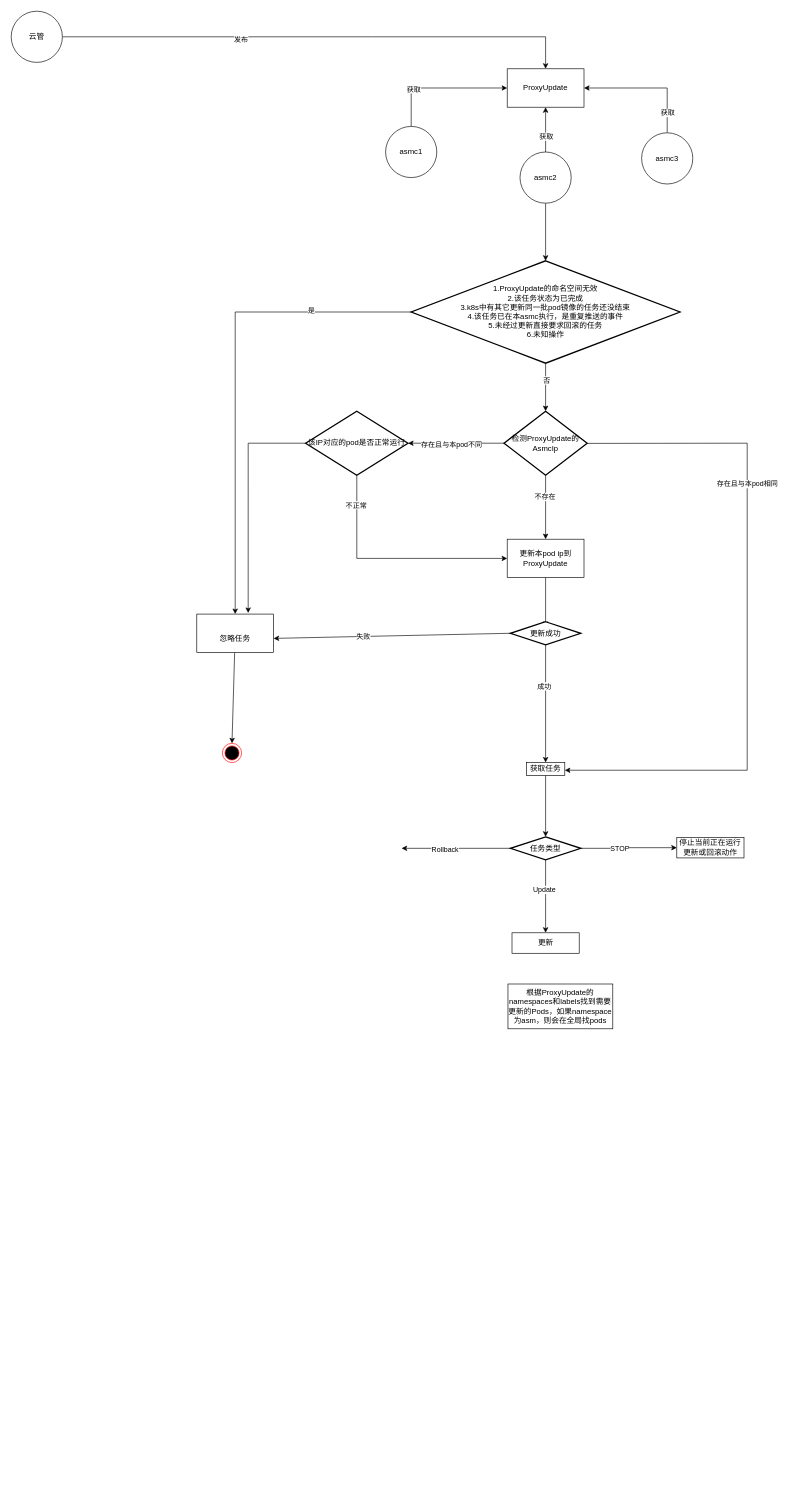
460434901ccz/ccz-practise keeps this draw.io diagram as Untitled Diagram.drawio. Above is the earlier version. Source tidied: cells renumbered, new cells numbered last; positions are measured from the earlier drawing's top-left corner, leaving out a move shared by most shapes. Both pictures are drawn from the tidied source at 64%, with x=0, y=0 at pixel (11, 11).
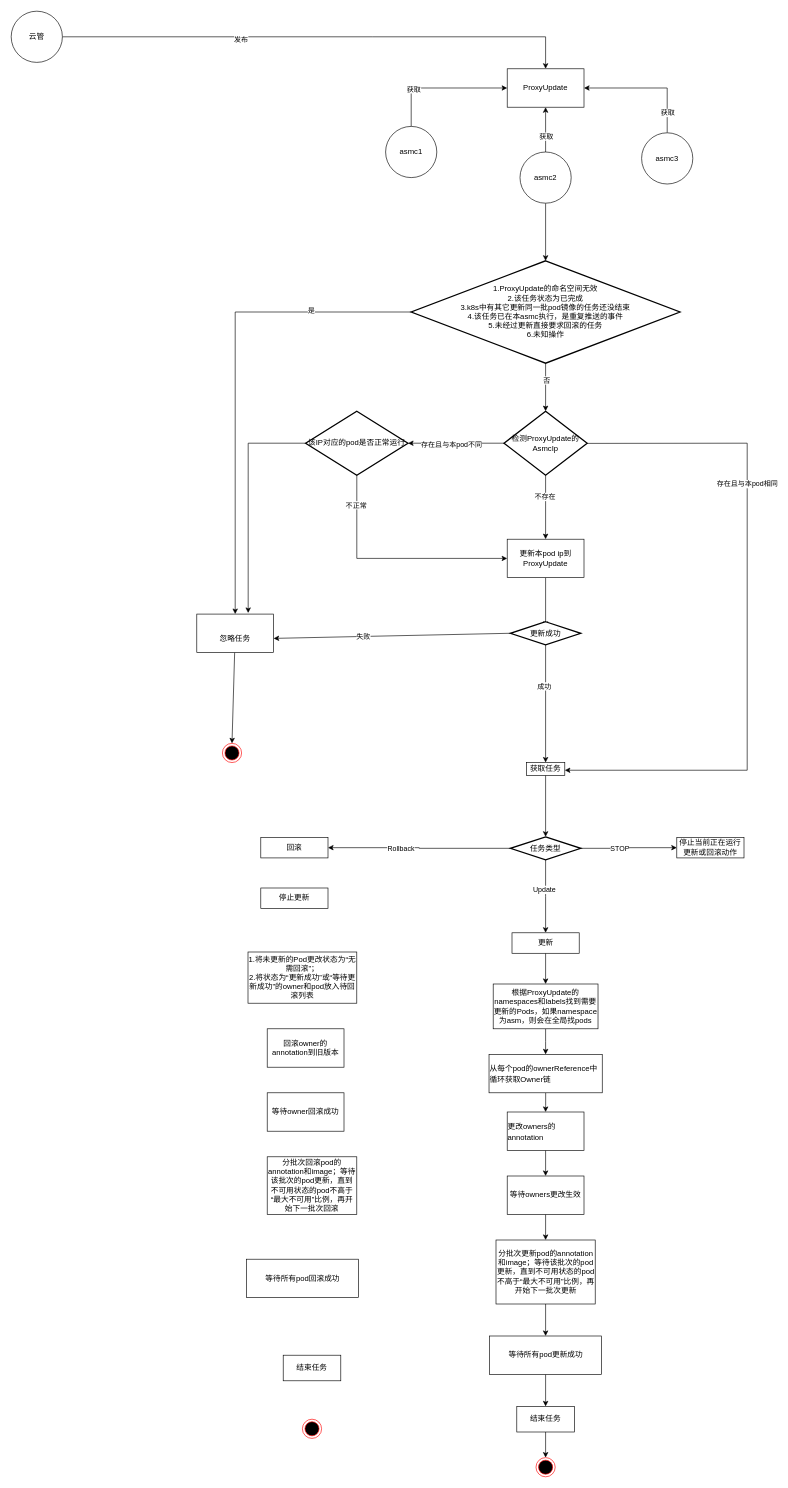
After the change.

Unchanged cells that the change refers to:
```xml
<mxCell id="50" value="&lt;span style=&quot;text-align: left&quot;&gt;任务类型&lt;/span&gt;" style="strokeWidth=2;html=1;shape=mxgraph.flowchart.decision;whiteSpace=wrap;" parent="1" vertex="1">
  <mxGeometry x="780" y="1290" width="110" height="36" as="geometry" />
</mxCell>
<mxCell id="52" value="更新" style="rounded=0;whiteSpace=wrap;html=1;" parent="1" vertex="1">
  <mxGeometry x="782.5" y="1440" width="105" height="32" as="geometry" />
</mxCell>
```

Change to the diagram source:
```diff
@@
-<mxGraphModel>
+<mxGraphModel background="#ffffff">
@@
-    <mxCell id="46" style="edgeStyle=orthogonalEdgeStyle;rounded=0;jettySize=auto;html=1;" parent="1" edge="1" source="50">
-      <mxGeometry relative="1" as="geometry">
-        <mxPoint x="610" y="1308" as="targetPoint" />
-      </mxGeometry>
+    <mxCell id="46" style="edgeStyle=orthogonalEdgeStyle;rounded=0;jettySize=auto;html=1;entryX=1;entryY=0.5;entryDx=0;entryDy=0;" parent="1" edge="1" source="50" target="69">
+      <mxGeometry relative="1" as="geometry" />
     </mxCell>
@@
+    <mxCell id="54" style="edgeStyle=orthogonalEdgeStyle;rounded=0;jettySize=auto;html=1;entryX=0.5;entryY=0;entryDx=0;entryDy=0;" parent="1" edge="1" source="52" target="53">
+      <mxGeometry relative="1" as="geometry" />
+    </mxCell>
@@
+    <mxCell id="55" style="edgeStyle=orthogonalEdgeStyle;rounded=0;jettySize=auto;html=1;entryX=0.5;entryY=0;entryDx=0;entryDy=0;" parent="1" edge="1" source="53" target="57">
+      <mxGeometry relative="1" as="geometry" />
+    </mxCell>
     <mxCell id="53" value="根据ProxyUpdate的namespaces和labels找到需要更新的Pods，如果namespace为asm，则会在全局找pods" style="rounded=0;whiteSpace=wrap;html=1;" parent="1" vertex="1">
-      <mxGeometry x="776.2" y="1520" width="163.8" height="70" as="geometry" />
+      <mxGeometry x="753.1" y="1520" width="163.8" height="70" as="geometry" />
     </mxCell>
+    <mxCell id="56" style="edgeStyle=orthogonalEdgeStyle;rounded=0;jettySize=auto;html=1;entryX=0.5;entryY=0;entryDx=0;entryDy=0;" parent="1" edge="1" source="57" target="59">
+      <mxGeometry relative="1" as="geometry" />
+    </mxCell>
+    <mxCell id="57" value="&lt;p class=&quot;MsoNormal&quot; style=&quot;margin: 0pt 0pt 0.0001pt ; text-align: left ; font-family: &amp;#34;calibri&amp;#34; ; font-size: 10.5pt&quot;&gt;&lt;span style=&quot;font-size: 9pt&quot;&gt;&lt;font face=&quot;宋体&quot;&gt;从每个&lt;/font&gt;pod&lt;font face=&quot;宋体&quot;&gt;的&lt;/font&gt;&lt;font face=&quot;Calibri&quot;&gt;ownerReference&lt;/font&gt;&lt;font face=&quot;宋体&quot;&gt;中循环获取Owner链&lt;/font&gt;&lt;/span&gt;&lt;span style=&quot;font-size: 9pt&quot;&gt;&lt;/span&gt;&lt;/p&gt;" style="whiteSpace=wrap;html=1;" parent="1" vertex="1">
+      <mxGeometry x="746.6" y="1630" width="176.9" height="60" as="geometry" />
+    </mxCell>
+    <mxCell id="58" style="edgeStyle=orthogonalEdgeStyle;rounded=0;jettySize=auto;html=1;" parent="1" edge="1" source="59" target="61">
+      <mxGeometry relative="1" as="geometry" />
+    </mxCell>
+    <mxCell id="59" value="&lt;p class=&quot;MsoNormal&quot; style=&quot;margin: 0pt 0pt 0.0001pt ; text-align: left ; font-family: &amp;#34;calibri&amp;#34; ; font-size: 10.5pt&quot;&gt;&lt;span style=&quot;font-size: 9pt&quot;&gt;&lt;font face=&quot;宋体&quot;&gt;更改owners&lt;/font&gt;&lt;/span&gt;&lt;span style=&quot;font-size: 9pt&quot;&gt;&lt;font face=&quot;宋体&quot;&gt;的&lt;/font&gt;annotation&lt;/span&gt;&lt;span style=&quot;font-size: 9pt&quot;&gt;&lt;/span&gt;&lt;/p&gt;" style="whiteSpace=wrap;html=1;" parent="1" vertex="1">
+      <mxGeometry x="775" y="1720" width="120" height="60" as="geometry" />
+    </mxCell>
+    <mxCell id="60" style="edgeStyle=orthogonalEdgeStyle;rounded=0;jettySize=auto;html=1;entryX=0.5;entryY=0;entryDx=0;entryDy=0;" parent="1" edge="1" source="61" target="63">
+      <mxGeometry relative="1" as="geometry" />
+    </mxCell>
+    <mxCell id="61" value="等待owners更改生效" style="whiteSpace=wrap;html=1;" parent="1" vertex="1">
+      <mxGeometry x="775" y="1820" width="120" height="60" as="geometry" />
+    </mxCell>
+    <mxCell id="62" style="edgeStyle=orthogonalEdgeStyle;rounded=0;jettySize=auto;html=1;" parent="1" edge="1" source="63" target="65">
+      <mxGeometry relative="1" as="geometry" />
+    </mxCell>
+    <mxCell id="63" value="分批次更新pod的annotation和image；等待该批次的pod更新，直到不可用状态的pod不高于“最大不可用”比例，再开始下一批次更新" style="whiteSpace=wrap;html=1;" parent="1" vertex="1">
+      <mxGeometry x="757.5" y="1920" width="155" height="100" as="geometry" />
+    </mxCell>
+    <mxCell id="64" style="edgeStyle=orthogonalEdgeStyle;rounded=0;jettySize=auto;html=1;" parent="1" edge="1" source="65" target="67">
+      <mxGeometry relative="1" as="geometry" />
+    </mxCell>
+    <mxCell id="65" value="等待所有pod更新成功" style="whiteSpace=wrap;html=1;" parent="1" vertex="1">
+      <mxGeometry x="747.5" y="2070" width="175" height="60" as="geometry" />
+    </mxCell>
+    <mxCell id="66" style="edgeStyle=orthogonalEdgeStyle;rounded=0;jettySize=auto;html=1;" parent="1" edge="1" source="67" target="68">
+      <mxGeometry relative="1" as="geometry" />
+    </mxCell>
+    <mxCell id="67" value="结束任务" style="whiteSpace=wrap;html=1;" parent="1" vertex="1">
+      <mxGeometry x="790" y="2180" width="90" height="40" as="geometry" />
+    </mxCell>
+    <mxCell id="68" style="ellipse;html=1;shape=endState;fillColor=#000000;strokeColor=#ff0000;" parent="1" vertex="1">
+      <mxGeometry x="820" y="2260" width="30" height="30" as="geometry" />
+    </mxCell>
+    <mxCell id="69" value="回滚" style="rounded=0;whiteSpace=wrap;html=1;" parent="1" vertex="1">
+      <mxGeometry x="390" y="1291" width="105" height="32" as="geometry" />
+    </mxCell>
+    <mxCell id="70" value="停止更新" style="rounded=0;whiteSpace=wrap;html=1;" parent="1" vertex="1">
+      <mxGeometry x="390" y="1370" width="105" height="32" as="geometry" />
+    </mxCell>
+    <mxCell id="71" value="1.将未更新的Pod更改状态为“无需回滚”；&lt;br&gt;2.将状态为“更新成功”或“等待更新成功”的owner和pod放入待回滚列表" style="whiteSpace=wrap;html=1;" parent="1" vertex="1">
+      <mxGeometry x="370" y="1470" width="170" height="80" as="geometry" />
+    </mxCell>
+    <mxCell id="72" value="回滚owner的annotation到旧版本" style="whiteSpace=wrap;html=1;" parent="1" vertex="1">
+      <mxGeometry x="400" y="1590" width="120" height="60" as="geometry" />
+    </mxCell>
+    <mxCell id="73" value="等待owner回滚成功" style="whiteSpace=wrap;html=1;" parent="1" vertex="1">
+      <mxGeometry x="400" y="1690" width="120" height="60" as="geometry" />
+    </mxCell>
+    <mxCell id="74" value="分批次回滚pod的annotation和image；等待该批次的pod更新，直到不可用状态的pod不高于“最大不可用”比例，再开始下一批次回滚" style="whiteSpace=wrap;html=1;" parent="1" vertex="1">
+      <mxGeometry x="400" y="1790" width="140" height="90" as="geometry" />
+    </mxCell>
+    <mxCell id="75" value="等待所有pod回滚成功" style="whiteSpace=wrap;html=1;" parent="1" vertex="1">
+      <mxGeometry x="367.5" y="1950" width="175" height="60" as="geometry" />
+    </mxCell>
+    <mxCell id="76" value="结束任务" style="whiteSpace=wrap;html=1;" parent="1" vertex="1">
+      <mxGeometry x="425" y="2100" width="90" height="40" as="geometry" />
+    </mxCell>
+    <mxCell id="77" style="ellipse;html=1;shape=endState;fillColor=#000000;strokeColor=#ff0000;" parent="1" vertex="1">
+      <mxGeometry x="455" y="2200" width="30" height="30" as="geometry" />
+    </mxCell>
```
